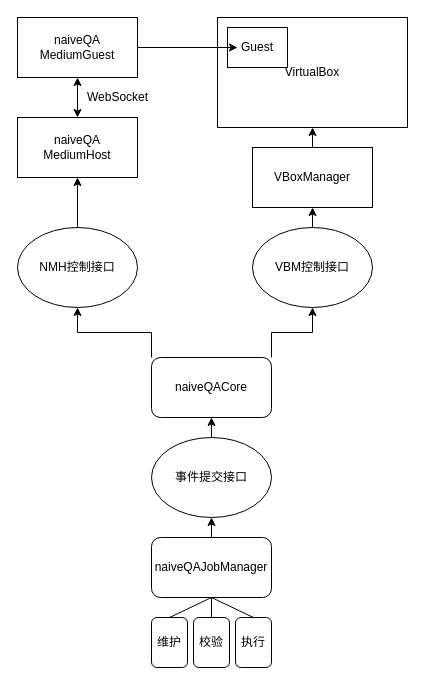
This is arch.drawio from EdgelessPE/naiveQA, a draw.io file, before an edit. Source tidied: cells renumbered, new cells numbered last; positions are measured from the earlier drawing's top-left corner, leaving out a move shared by most shapes. Both pictures are drawn from the tidied source at 100%, with x=0, y=0 at pixel (17, 17).
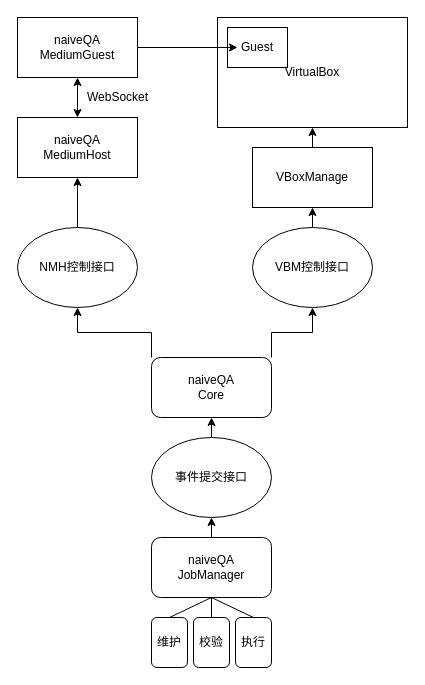
The same diagram, later.

Change to the diagram source:
```diff
@@
-    <mxCell id="4" value="naiveQACore" style="rounded=1;whiteSpace=wrap;html=1;" parent="1" vertex="1">
+    <mxCell id="4" value="naiveQA&lt;br&gt;Core" style="rounded=1;whiteSpace=wrap;html=1;" parent="1" vertex="1">
       <mxGeometry x="134" y="340" width="120" height="60" as="geometry" />
     </mxCell>
@@
-    <mxCell id="8" value="naiveQAJobManager" style="rounded=1;whiteSpace=wrap;html=1;" parent="1" vertex="1">
+    <mxCell id="8" value="naiveQA&lt;br&gt;JobManager" style="rounded=1;whiteSpace=wrap;html=1;" parent="1" vertex="1">
       <mxGeometry x="134" y="520" width="120" height="60" as="geometry" />
     </mxCell>
@@
-    <mxCell id="10" value="VBoxManager" style="rounded=0;whiteSpace=wrap;html=1;" parent="1" vertex="1">
+    <mxCell id="10" value="VBoxManage" style="rounded=0;whiteSpace=wrap;html=1;" parent="1" vertex="1">
       <mxGeometry x="235" y="130" width="120" height="60" as="geometry" />
     </mxCell>
```
